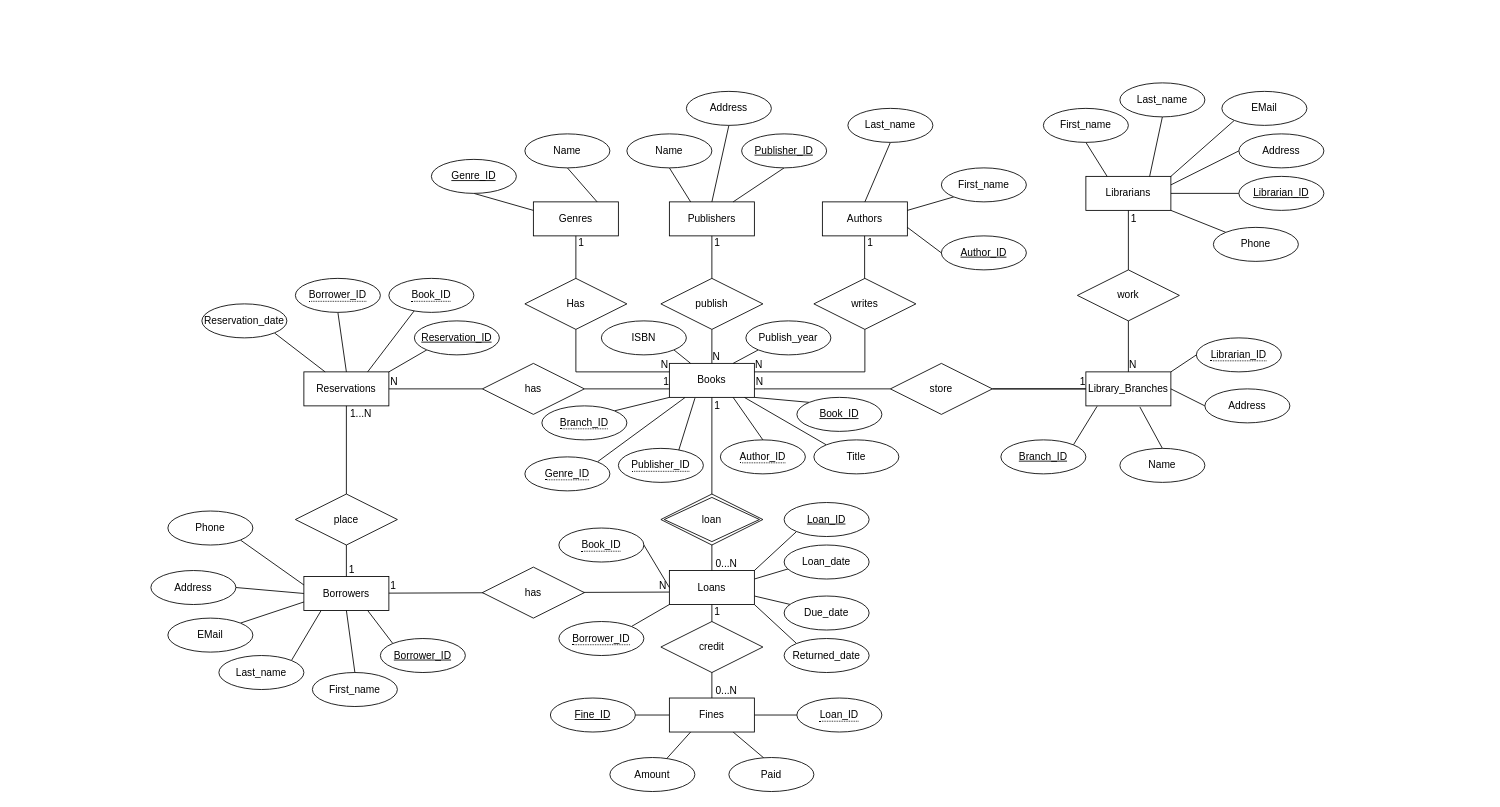
Above: ERM/ERM-Diagramm.drawio in YouAndMEME/sose23-database (draw.io), before the change. Source tidied: cells renumbered, new cells numbered last; positions are measured from the earlier drawing's top-left corner, leaving out a move shared by most shapes. Both pictures are drawn from the tidied source at 85%, with x=0, y=0 at pixel (150, 82).
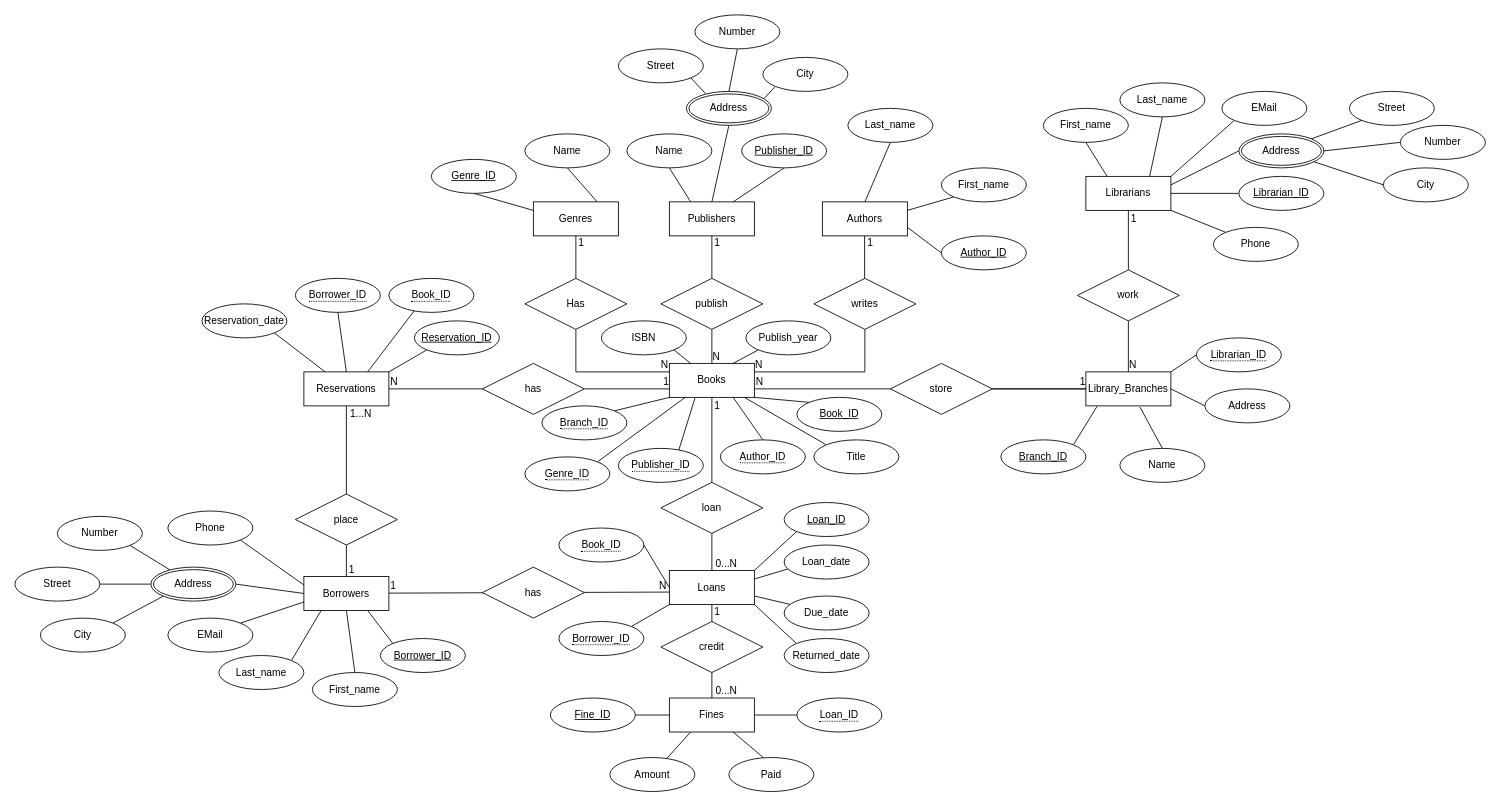
The same page after the edit.

Commit message (it also covers changes not shown here):
Change adress to multivalue attribute

The change refers to these unchanged cells:
```xml
<mxCell id="4" value="Librarians" style="whiteSpace=wrap;html=1;align=center;" parent="1" vertex="1">
  <mxGeometry x="1100" y="110" width="100" height="40" as="geometry" />
</mxCell>
<mxCell id="5" value="Books" style="whiteSpace=wrap;html=1;align=center;" parent="1" vertex="1">
  <mxGeometry x="610" y="330" width="100" height="40" as="geometry" />
</mxCell>
<mxCell id="6" value="Borrowers" style="whiteSpace=wrap;html=1;align=center;" parent="1" vertex="1">
  <mxGeometry x="180" y="580.7" width="100" height="40" as="geometry" />
</mxCell>
<mxCell id="12" value="Loans" style="whiteSpace=wrap;html=1;align=center;" parent="1" vertex="1">
  <mxGeometry x="610" y="573.7" width="100" height="40" as="geometry" />
</mxCell>
```

What changed in the source:
```diff
@@
-    <mxCell id="24" style="endArrow=none;html=1;rounded=0;exitX=0.5;exitY=1;exitDx=0;exitDy=0;entryX=0.5;entryY=0;entryDx=0;entryDy=0;" parent="1" edge="1" source="5" target="12">
+    <mxCell id="24" style="endArrow=none;html=1;rounded=0;exitX=0.5;exitY=1;exitDx=0;exitDy=0;entryX=0.5;entryY=0;entryDx=0;entryDy=0;startArrow=none;" parent="1" edge="1" source="54" target="12">
       <mxGeometry relative="1" as="geometry" />
     </mxCell>
@@
-    <mxCell id="54" value="loan" style="shape=rhombus;double=1;perimeter=rhombusPerimeter;whiteSpace=wrap;html=1;align=center;" parent="1" vertex="1">
-      <mxGeometry x="600" y="483.7" width="120" height="60" as="geometry" />
-    </mxCell>
@@
-    <mxCell id="93" style="edgeStyle=none;rounded=0;jettySize=auto;html=1;exitX=1;exitY=0.5;exitDx=0;exitDy=0;entryX=0;entryY=0.5;entryDx=0;entryDy=0;endArrow=none;endFill=0;" parent="1" edge="1" source="94" target="6">
+    <mxCell id="93" style="edgeStyle=none;rounded=0;jettySize=auto;html=1;exitX=1;exitY=0.5;exitDx=0;exitDy=0;entryX=0;entryY=0.5;entryDx=0;entryDy=0;endArrow=none;endFill=0;" parent="1" edge="1" source="152" target="6">
       <mxGeometry relative="1" as="geometry" />
     </mxCell>
-    <mxCell id="94" value="Address" style="ellipse;whiteSpace=wrap;html=1;align=center;" parent="1" vertex="1">
-      <mxGeometry y="573.7" width="100" height="40" as="geometry" />
-    </mxCell>
@@
-    <mxCell id="105" style="edgeStyle=none;rounded=0;jettySize=auto;html=1;exitX=0.5;exitY=1;exitDx=0;exitDy=0;endArrow=none;endFill=0;" parent="1" edge="1" source="106">
+    <mxCell id="105" style="edgeStyle=none;rounded=0;jettySize=auto;html=1;exitX=0.5;exitY=1;exitDx=0;exitDy=0;endArrow=none;endFill=0;" parent="1" edge="1" source="153">
       <mxGeometry relative="1" as="geometry">
         <mxPoint x="660" y="140" as="targetPoint" />
       </mxGeometry>
     </mxCell>
-    <mxCell id="106" value="Address" style="ellipse;whiteSpace=wrap;html=1;align=center;" parent="1" vertex="1">
-      <mxGeometry x="630" y="10" width="100" height="40" as="geometry" />
-    </mxCell>
@@
-    <mxCell id="134" style="edgeStyle=none;rounded=0;jettySize=auto;html=1;exitX=0;exitY=0.5;exitDx=0;exitDy=0;entryX=1;entryY=0.25;entryDx=0;entryDy=0;endArrow=none;endFill=0;" parent="1" edge="1" source="135" target="4">
+    <mxCell id="134" style="edgeStyle=none;rounded=0;jettySize=auto;html=1;exitX=0;exitY=0.5;exitDx=0;exitDy=0;entryX=1;entryY=0.25;entryDx=0;entryDy=0;endArrow=none;endFill=0;" parent="1" edge="1" source="154" target="4">
       <mxGeometry relative="1" as="geometry" />
     </mxCell>
-    <mxCell id="135" value="Address" style="ellipse;whiteSpace=wrap;html=1;align=center;" parent="1" vertex="1">
-      <mxGeometry x="1280" y="60" width="100" height="40" as="geometry" />
-    </mxCell>
@@
+    <mxCell id="152" value="Address" style="ellipse;shape=doubleEllipse;margin=3;whiteSpace=wrap;html=1;align=center;" parent="1" vertex="1">
+      <mxGeometry y="569.7" width="100" height="40" as="geometry" />
+    </mxCell>
+    <mxCell id="153" value="Address" style="ellipse;shape=doubleEllipse;margin=3;whiteSpace=wrap;html=1;align=center;" parent="1" vertex="1">
+      <mxGeometry x="630" y="10" width="100" height="40" as="geometry" />
+    </mxCell>
+    <mxCell id="154" value="Address" style="ellipse;shape=doubleEllipse;margin=3;whiteSpace=wrap;html=1;align=center;" parent="1" vertex="1">
+      <mxGeometry x="1280" y="60" width="100" height="40" as="geometry" />
+    </mxCell>
+    <mxCell id="155" value="Street" style="ellipse;whiteSpace=wrap;html=1;align=center;" parent="1" vertex="1">
+      <mxGeometry x="1410" y="10" width="100" height="40" as="geometry" />
+    </mxCell>
+    <mxCell id="156" style="rounded=0;jettySize=auto;html=1;exitX=0;exitY=1;exitDx=0;exitDy=0;entryX=1;entryY=0;entryDx=0;entryDy=0;endArrow=none;endFill=0;" parent="1" edge="1" source="155" target="154">
+      <mxGeometry relative="1" as="geometry" />
+    </mxCell>
+    <mxCell id="157" style="edgeStyle=none;rounded=0;jettySize=auto;html=1;exitX=0;exitY=0.5;exitDx=0;exitDy=0;entryX=1;entryY=0.5;entryDx=0;entryDy=0;endArrow=none;endFill=0;" parent="1" edge="1" source="158" target="154">
+      <mxGeometry relative="1" as="geometry" />
+    </mxCell>
+    <mxCell id="158" value="Number" style="ellipse;whiteSpace=wrap;html=1;align=center;" parent="1" vertex="1">
+      <mxGeometry x="1470" y="50" width="100" height="40" as="geometry" />
+    </mxCell>
+    <mxCell id="159" style="edgeStyle=none;rounded=0;jettySize=auto;html=1;exitX=0;exitY=0.5;exitDx=0;exitDy=0;endArrow=none;endFill=0;" parent="1" edge="1" source="160" target="154">
+      <mxGeometry relative="1" as="geometry" />
+    </mxCell>
+    <mxCell id="160" value="City" style="ellipse;whiteSpace=wrap;html=1;align=center;" parent="1" vertex="1">
+      <mxGeometry x="1450" y="100" width="100" height="40" as="geometry" />
+    </mxCell>
+    <mxCell id="161" style="edgeStyle=none;rounded=0;jettySize=auto;html=1;exitX=1;exitY=1;exitDx=0;exitDy=0;entryX=0.226;entryY=0.07;entryDx=0;entryDy=0;entryPerimeter=0;endArrow=none;endFill=0;" parent="1" edge="1" source="162" target="153">
+      <mxGeometry relative="1" as="geometry" />
+    </mxCell>
+    <mxCell id="162" value="Street" style="ellipse;whiteSpace=wrap;html=1;align=center;" parent="1" vertex="1">
+      <mxGeometry x="550" y="-40" width="100" height="40" as="geometry" />
+    </mxCell>
+    <mxCell id="163" style="edgeStyle=none;rounded=0;jettySize=auto;html=1;exitX=0.5;exitY=1;exitDx=0;exitDy=0;entryX=0.5;entryY=0;entryDx=0;entryDy=0;endArrow=none;endFill=0;" parent="1" edge="1" source="164" target="153">
+      <mxGeometry relative="1" as="geometry" />
+    </mxCell>
+    <mxCell id="164" value="Number" style="ellipse;whiteSpace=wrap;html=1;align=center;" parent="1" vertex="1">
+      <mxGeometry x="640" y="-80" width="100" height="40" as="geometry" />
+    </mxCell>
+    <mxCell id="165" style="edgeStyle=none;rounded=0;jettySize=auto;html=1;exitX=0;exitY=1;exitDx=0;exitDy=0;entryX=0.918;entryY=0.2;entryDx=0;entryDy=0;entryPerimeter=0;endArrow=none;endFill=0;" parent="1" edge="1" source="166" target="153">
+      <mxGeometry relative="1" as="geometry" />
+    </mxCell>
+    <mxCell id="166" value="City" style="ellipse;whiteSpace=wrap;html=1;align=center;" parent="1" vertex="1">
+      <mxGeometry x="720" y="-30" width="100" height="40" as="geometry" />
+    </mxCell>
+    <mxCell id="167" style="edgeStyle=none;rounded=0;jettySize=auto;html=1;exitX=1;exitY=0.5;exitDx=0;exitDy=0;entryX=0;entryY=0.5;entryDx=0;entryDy=0;endArrow=none;endFill=0;" parent="1" edge="1" source="168" target="152">
+      <mxGeometry relative="1" as="geometry" />
+    </mxCell>
+    <mxCell id="168" value="Street" style="ellipse;whiteSpace=wrap;html=1;align=center;" parent="1" vertex="1">
+      <mxGeometry x="-160" y="569.7" width="100" height="40" as="geometry" />
+    </mxCell>
+    <mxCell id="169" style="edgeStyle=none;rounded=0;jettySize=auto;html=1;exitX=1;exitY=1;exitDx=0;exitDy=0;endArrow=none;endFill=0;" parent="1" edge="1" source="170" target="152">
+      <mxGeometry relative="1" as="geometry" />
+    </mxCell>
+    <mxCell id="170" value="Number" style="ellipse;whiteSpace=wrap;html=1;align=center;" parent="1" vertex="1">
+      <mxGeometry x="-110" y="510" width="100" height="40" as="geometry" />
+    </mxCell>
+    <mxCell id="171" style="edgeStyle=none;rounded=0;jettySize=auto;html=1;exitX=1;exitY=0;exitDx=0;exitDy=0;entryX=0;entryY=1;entryDx=0;entryDy=0;endArrow=none;endFill=0;" parent="1" edge="1" source="172" target="152">
+      <mxGeometry relative="1" as="geometry" />
+    </mxCell>
+    <mxCell id="172" value="City" style="ellipse;whiteSpace=wrap;html=1;align=center;" parent="1" vertex="1">
+      <mxGeometry x="-130" y="629.7" width="100" height="40" as="geometry" />
+    </mxCell>
+    <mxCell id="54" value="loan" style="shape=rhombus;perimeter=rhombusPerimeter;whiteSpace=wrap;html=1;align=center;" parent="1" vertex="1">
+      <mxGeometry x="600" y="470" width="120" height="60" as="geometry" />
+    </mxCell>
+    <mxCell id="173" style="endArrow=none;html=1;rounded=0;exitX=0.5;exitY=1;exitDx=0;exitDy=0;entryX=0.5;entryY=0;entryDx=0;entryDy=0;" parent="1" edge="1" source="5" target="54">
+      <mxGeometry relative="1" as="geometry" />
+    </mxCell>
```
